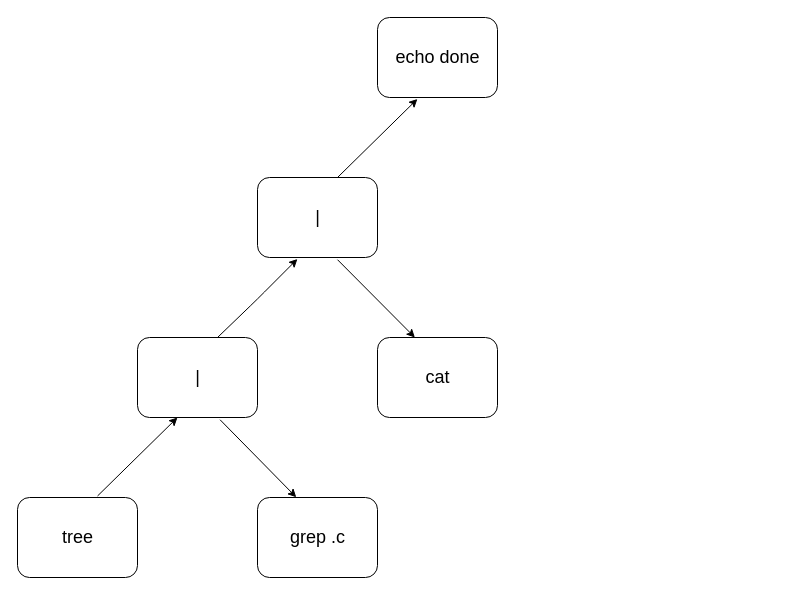
Before: ast.drawio in iibabyy/minishell, a draw.io diagram. Source tidied: cells renumbered, new cells numbered last; positions are measured from the earlier drawing's top-left corner, leaving out a move shared by most shapes. Both pictures are drawn from the tidied source at 100%, with x=0, y=0 at pixel (17, 17).
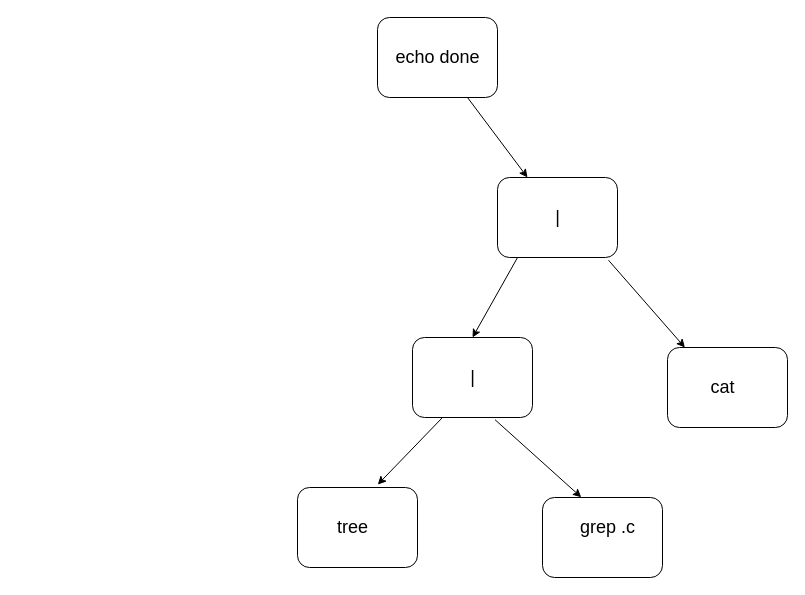
After the change.

The change refers to these unchanged cells:
```xml
<mxCell id="12" style="rounded=1;whiteSpace=wrap;html=1;" parent="1" vertex="1">
  <mxGeometry x="360" width="120" height="80" as="geometry" />
</mxCell>
```

The edit, as a diff of the source:
```diff
@@
     <mxCell id="2" style="rounded=1;whiteSpace=wrap;html=1;" parent="1" vertex="1">
-      <mxGeometry y="480" width="120" height="80" as="geometry" />
+      <mxGeometry x="280" y="470" width="120" height="80" as="geometry" />
     </mxCell>
-    <mxCell id="3" style="endArrow=classic;html=1;exitX=0.667;exitY=-0.019;exitDx=0;exitDy=0;exitPerimeter=0;entryX=0.333;entryY=1;entryDx=0;entryDy=0;entryPerimeter=0;rounded=1;" parent="1" edge="1" source="2" target="4">
+    <mxCell id="3" style="endArrow=classic;html=1;exitX=0.25;exitY=1;exitDx=0;exitDy=0;rounded=1;entryX=0.669;entryY=-0.037;entryDx=0;entryDy=0;entryPerimeter=0;" parent="1" edge="1" source="4" target="2">
       <mxGeometry relative="1" as="geometry" />
     </mxCell>
     <mxCell id="4" style="rounded=1;whiteSpace=wrap;html=1;" parent="1" vertex="1">
-      <mxGeometry x="120" y="320" width="120" height="80" as="geometry" />
+      <mxGeometry x="395" y="320" width="120" height="80" as="geometry" />
     </mxCell>
     <mxCell id="5" style="rounded=1;whiteSpace=wrap;html=1;" parent="1" vertex="1">
-      <mxGeometry x="240" y="480" width="120" height="80" as="geometry" />
+      <mxGeometry x="525" y="480" width="120" height="80" as="geometry" />
     </mxCell>
@@
-    <mxCell id="7" style="endArrow=classic;html=1;exitX=0.667;exitY=-0.019;exitDx=0;exitDy=0;exitPerimeter=0;entryX=0.333;entryY=1;entryDx=0;entryDy=0;entryPerimeter=0;rounded=1;" parent="1" edge="1">
-      <mxGeometry relative="1" as="geometry">
-        <mxPoint x="200" y="320" as="sourcePoint" />
-        <mxPoint x="279.9" y="241.5" as="targetPoint" />
-        <Array as="points">
-          <mxPoint x="240" y="281.5" />
-        </Array>
-      </mxGeometry>
+    <mxCell id="7" style="endArrow=classic;html=1;exitX=0.167;exitY=1;exitDx=0;exitDy=0;exitPerimeter=0;rounded=1;entryX=0.5;entryY=0;entryDx=0;entryDy=0;" parent="1" edge="1" source="10" target="4">
+      <mxGeometry relative="1" as="geometry" />
     </mxCell>
-    <mxCell id="8" style="endArrow=classic;html=1;exitX=0.688;exitY=1.028;exitDx=0;exitDy=0;exitPerimeter=0;rounded=1;" parent="1" edge="1">
+    <mxCell id="8" style="endArrow=classic;html=1;exitX=0.925;exitY=1.034;exitDx=0;exitDy=0;exitPerimeter=0;rounded=1;" parent="1" edge="1" source="10">
       <mxGeometry relative="1" as="geometry">
-        <mxPoint x="320" y="242.2" as="sourcePoint" />
-        <mxPoint x="397.4" y="320" as="targetPoint" />
+        <mxPoint x="667.4" y="330" as="targetPoint" />
       </mxGeometry>
     </mxCell>
     <mxCell id="9" style="rounded=1;whiteSpace=wrap;html=1;" parent="1" vertex="1">
-      <mxGeometry x="360" y="320" width="120" height="80" as="geometry" />
+      <mxGeometry x="650" y="330" width="120" height="80" as="geometry" />
     </mxCell>
     <mxCell id="10" style="rounded=1;whiteSpace=wrap;html=1;" parent="1" vertex="1">
-      <mxGeometry x="240" y="160" width="120" height="80" as="geometry" />
+      <mxGeometry x="480" y="160" width="120" height="80" as="geometry" />
     </mxCell>
-    <mxCell id="11" style="endArrow=classic;html=1;exitX=0.667;exitY=-0.019;exitDx=0;exitDy=0;exitPerimeter=0;entryX=0.333;entryY=1;entryDx=0;entryDy=0;entryPerimeter=0;rounded=1;" parent="1" edge="1">
-      <mxGeometry relative="1" as="geometry">
-        <mxPoint x="320" y="160" as="sourcePoint" />
-        <mxPoint x="399.9" y="81.5" as="targetPoint" />
-      </mxGeometry>
+    <mxCell id="11" style="endArrow=classic;html=1;exitX=0.75;exitY=1;exitDx=0;exitDy=0;rounded=1;entryX=0.25;entryY=0;entryDx=0;entryDy=0;" parent="1" edge="1" source="12" target="10">
+      <mxGeometry relative="1" as="geometry" />
     </mxCell>
@@
     <mxCell id="13" value="|" style="text;html=1;align=center;verticalAlign=middle;strokeColor=none;fillColor=none;fontSize=18;" parent="1" vertex="1">
-      <mxGeometry x="165" y="340" width="30" height="40" as="geometry" />
+      <mxGeometry x="440" y="340" width="30" height="40" as="geometry" />
     </mxCell>
     <mxCell id="14" value="tree" style="text;html=1;align=center;verticalAlign=middle;strokeColor=none;fillColor=none;fontSize=18;" parent="1" vertex="1">
-      <mxGeometry x="35" y="500" width="50" height="40" as="geometry" />
+      <mxGeometry x="310" y="490" width="50" height="40" as="geometry" />
     </mxCell>
     <mxCell id="15" value="grep .c" style="text;html=1;align=center;verticalAlign=middle;strokeColor=none;fillColor=none;fontSize=18;" parent="1" vertex="1">
-      <mxGeometry x="260" y="500" width="80" height="40" as="geometry" />
+      <mxGeometry x="550" y="490" width="80" height="40" as="geometry" />
     </mxCell>
     <mxCell id="16" value="cat" style="text;html=1;align=center;verticalAlign=middle;strokeColor=none;fillColor=none;fontSize=18;" parent="1" vertex="1">
-      <mxGeometry x="395" y="340" width="50" height="40" as="geometry" />
+      <mxGeometry x="680" y="350" width="50" height="40" as="geometry" />
     </mxCell>
     <mxCell id="17" value="|" style="text;html=1;align=center;verticalAlign=middle;strokeColor=none;fillColor=none;fontSize=18;" parent="1" vertex="1">
-      <mxGeometry x="285" y="180" width="30" height="40" as="geometry" />
+      <mxGeometry x="525" y="180" width="30" height="40" as="geometry" />
     </mxCell>
```
